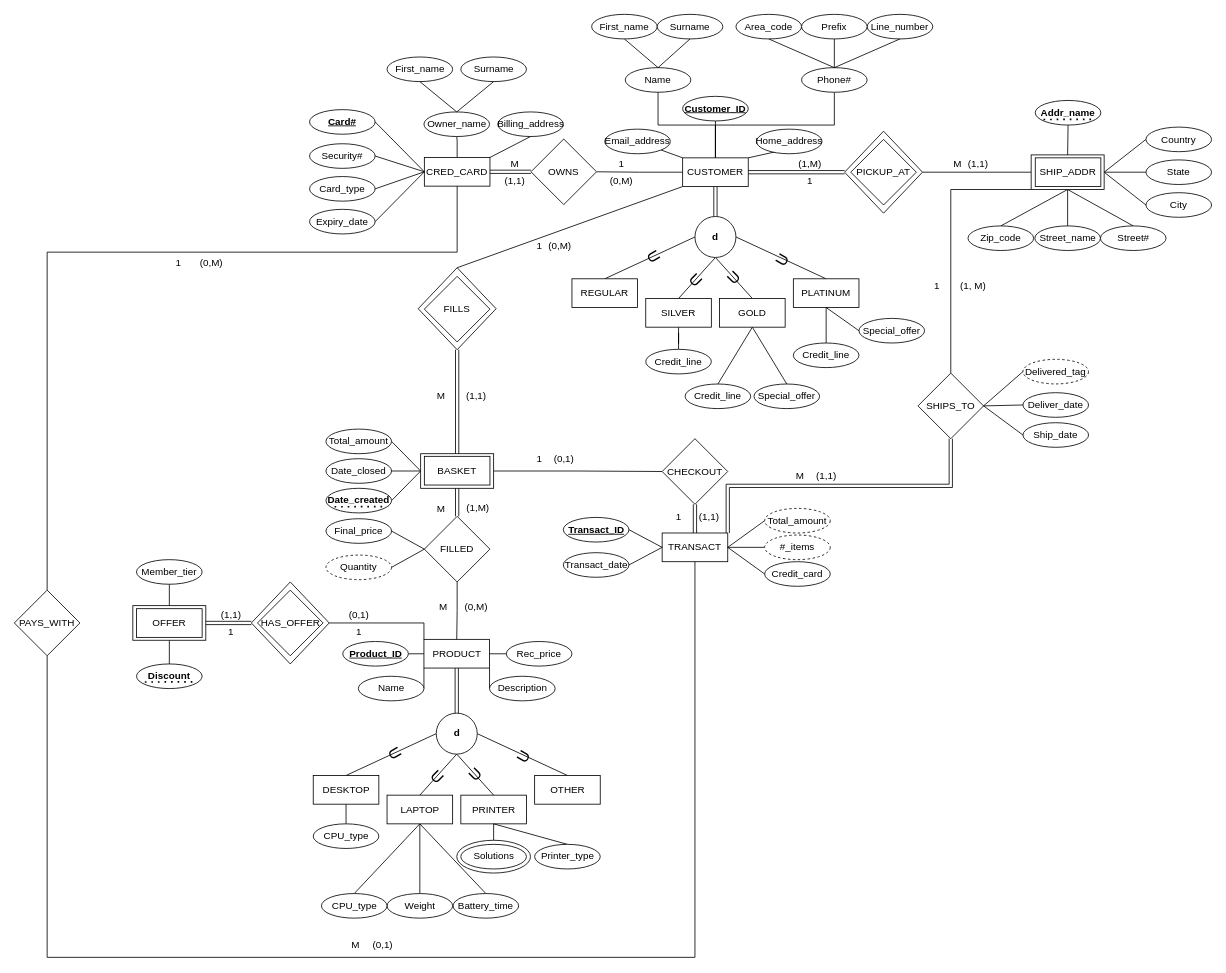
The draw.io diagram Project-Deliverable-1.drawio in RyBres/Database-Project, before the edit. Source tidied: cells renumbered, new cells numbered last; positions are measured from the earlier drawing's top-left corner, leaving out a move shared by most shapes. Both pictures are drawn from the tidied source at 82%, with x=0, y=0 at pixel (14, 14).
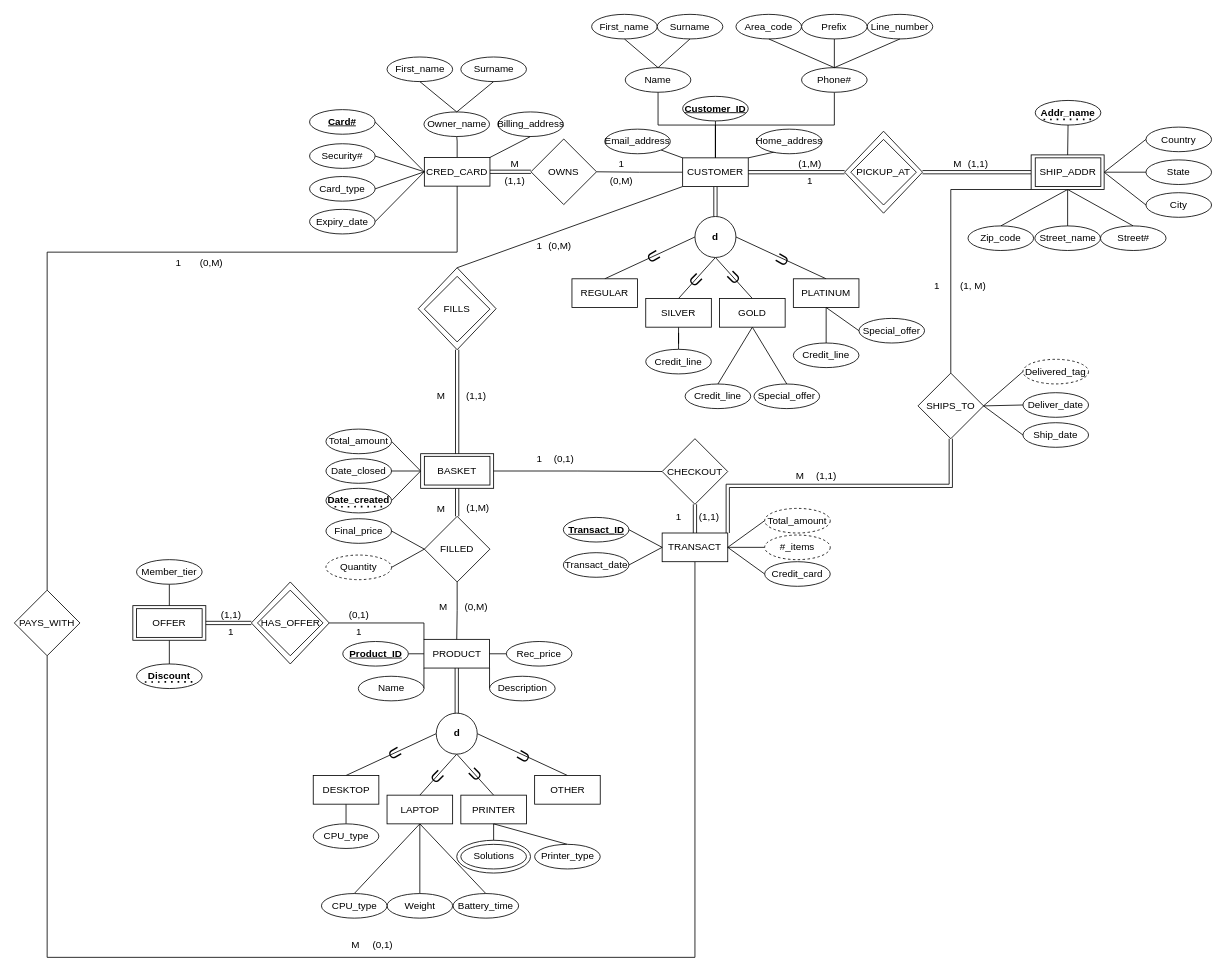
After the change.

Commit message:
Total participation for SHIP_ADDR to PICKUP_AT

The change refers to these unchanged cells:
```xml
<mxCell id="174" style="rounded=0;whiteSpace=wrap;html=1;" parent="173" vertex="1">
  <mxGeometry width="89" height="42.2" as="geometry" />
</mxCell>
<mxCell id="176" style="rhombus;whiteSpace=wrap;html=1;" parent="1" vertex="1">
  <mxGeometry x="1012.5" y="142.5" width="95" height="100" as="geometry" />
</mxCell>
```

What changed in the source:
```diff
@@
-    <mxCell id="66" style="edgeStyle=orthogonalEdgeStyle;rounded=0;jettySize=auto;html=1;entryX=0;entryY=0.5;entryDx=0;entryDy=0;endArrow=none;startFill=0;exitX=1;exitY=0.5;exitDx=0;exitDy=0;" parent="1" edge="1" source="176" target="174">
+    <mxCell id="66" style="edgeStyle=orthogonalEdgeStyle;rounded=0;jettySize=auto;html=1;entryX=0;entryY=0.5;entryDx=0;entryDy=0;endArrow=none;startFill=0;exitX=1;exitY=0.5;exitDx=0;exitDy=0;shape=link;" parent="1" edge="1" source="176" target="174">
       <mxGeometry relative="1" as="geometry" />
     </mxCell>
```
